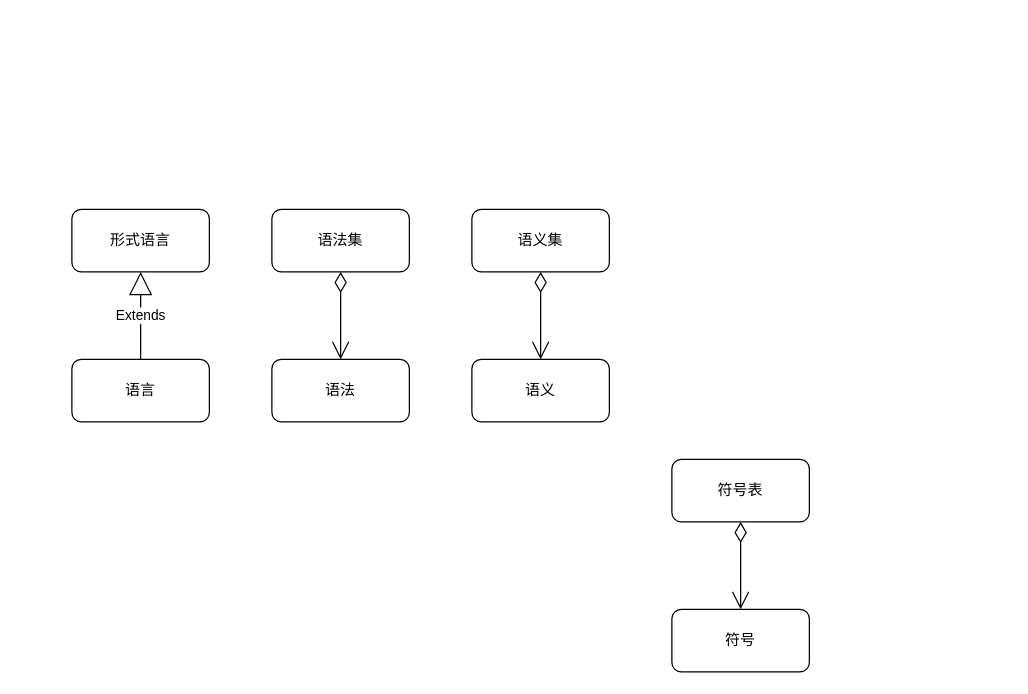
This is page "语言" (2 of 2) of base_model/实体和语言.drawio from cyxm/CodeGenerator, a draw.io file, before an edit. Source tidied: cells renumbered, new cells numbered last; positions are measured from the earlier drawing's top-left corner, leaving out a move shared by most shapes. Both pictures are drawn from the tidied source at 125%, with x=0, y=0 at pixel (71, 209).
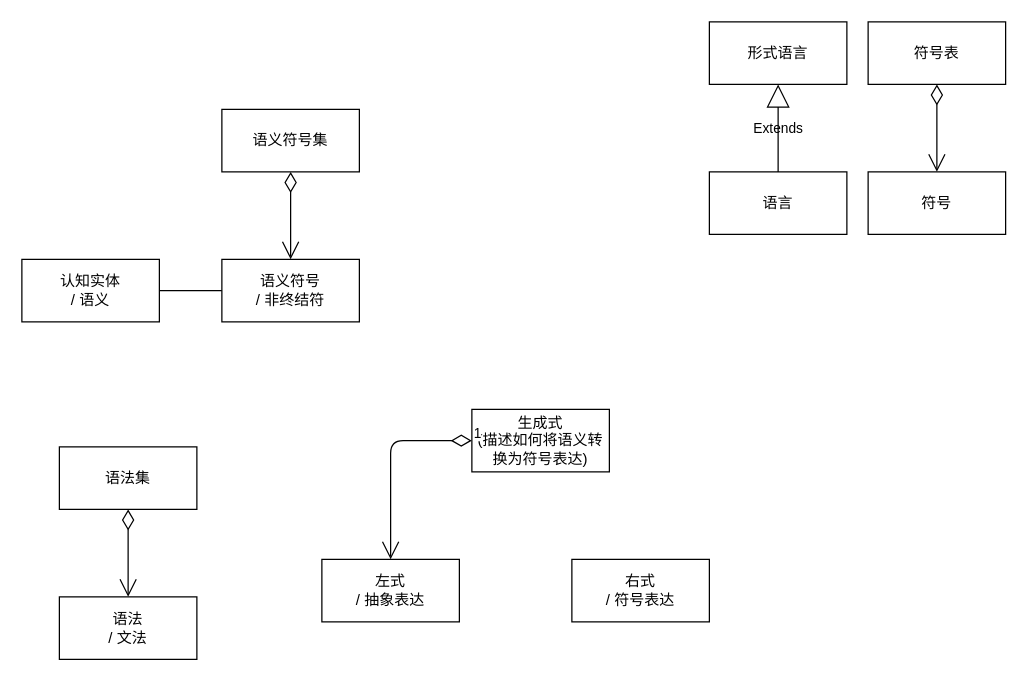
After the change.

What changed in the source:
```diff
@@
-    <mxCell id="2" style="group;" parent="1" vertex="1">
-      <mxGeometry width="110" height="170" as="geometry" />
+    <mxCell id="2" style="group;rounded=0;labelBackgroundColor=none;" parent="1" vertex="1">
+      <mxGeometry x="510" y="-150" width="110" height="170" as="geometry" />
     </mxCell>
-    <mxCell id="3" value="形式语言" style="html=1;whiteSpace=wrap;rounded=1;" parent="2" vertex="1">
+    <mxCell id="3" value="形式语言" style="html=1;whiteSpace=wrap;rounded=0;labelBackgroundColor=none;" parent="2" vertex="1">
       <mxGeometry width="110" height="50" as="geometry" />
     </mxCell>
-    <mxCell id="4" value="语言" style="html=1;whiteSpace=wrap;rounded=1;" parent="2" vertex="1">
+    <mxCell id="4" value="语言" style="html=1;whiteSpace=wrap;rounded=0;labelBackgroundColor=none;" parent="2" vertex="1">
       <mxGeometry y="120" width="110" height="50" as="geometry" />
     </mxCell>
-    <mxCell id="5" value="Extends" style="endArrow=block;endSize=16;endFill=0;html=1;rounded=1;exitX=0.5;exitY=0;exitDx=0;exitDy=0;entryX=0.5;entryY=1;entryDx=0;entryDy=0;" parent="2" edge="1" source="4" target="3">
+    <mxCell id="5" value="Extends" style="endArrow=block;endSize=16;endFill=0;html=1;rounded=0;exitX=0.5;exitY=0;exitDx=0;exitDy=0;entryX=0.5;entryY=1;entryDx=0;entryDy=0;labelBackgroundColor=none;fontColor=default;" parent="2" edge="1" source="4" target="3">
       <mxGeometry relative="1" as="geometry" />
     </mxCell>
-    <mxCell id="6" style="group;" parent="1" vertex="1">
-      <mxGeometry x="160" width="110" height="170" as="geometry" />
+    <mxCell id="6" style="group;rounded=0;labelBackgroundColor=none;" parent="1" vertex="1">
+      <mxGeometry x="-10" y="190" width="110" height="170" as="geometry" />
     </mxCell>
-    <mxCell id="7" value="语法" style="html=1;whiteSpace=wrap;rounded=1;" parent="6" vertex="1">
+    <mxCell id="7" value="&lt;div&gt;语法&lt;/div&gt;&lt;div&gt;/ 文法&lt;/div&gt;" style="html=1;whiteSpace=wrap;rounded=0;labelBackgroundColor=none;" parent="6" vertex="1">
       <mxGeometry y="120" width="110" height="50" as="geometry" />
     </mxCell>
-    <mxCell id="8" value="语法集" style="html=1;whiteSpace=wrap;rounded=1;" parent="6" vertex="1">
+    <mxCell id="8" value="语法集" style="html=1;whiteSpace=wrap;rounded=0;labelBackgroundColor=none;" parent="6" vertex="1">
       <mxGeometry width="110" height="50" as="geometry" />
     </mxCell>
-    <mxCell id="9" style="endArrow=open;html=1;endSize=12;startArrow=diamondThin;startSize=14;startFill=0;edgeStyle=orthogonalEdgeStyle;align=left;verticalAlign=bottom;rounded=1;entryX=0.5;entryY=0;entryDx=0;entryDy=0;exitX=0.5;exitY=1;exitDx=0;exitDy=0;" parent="6" edge="1" source="8" target="7">
+    <mxCell id="9" style="endArrow=open;html=1;endSize=12;startArrow=diamondThin;startSize=14;startFill=0;edgeStyle=orthogonalEdgeStyle;align=left;verticalAlign=bottom;rounded=0;entryX=0.5;entryY=0;entryDx=0;entryDy=0;exitX=0.5;exitY=1;exitDx=0;exitDy=0;labelBackgroundColor=none;fontColor=default;" parent="6" edge="1" source="8" target="7">
       <mxGeometry x="-1" y="3" relative="1" as="geometry" />
     </mxCell>
-    <mxCell id="10" style="group;" parent="1" vertex="1">
-      <mxGeometry x="320" width="110" height="170" as="geometry" />
-    </mxCell>
-    <mxCell id="11" value="语义" style="html=1;whiteSpace=wrap;rounded=1;" parent="10" vertex="1">
-      <mxGeometry y="120" width="110" height="50" as="geometry" />
-    </mxCell>
-    <mxCell id="12" value="语义集" style="html=1;whiteSpace=wrap;rounded=1;" parent="10" vertex="1">
-      <mxGeometry width="110" height="50" as="geometry" />
-    </mxCell>
-    <mxCell id="13" style="endArrow=open;html=1;endSize=12;startArrow=diamondThin;startSize=14;startFill=0;edgeStyle=orthogonalEdgeStyle;align=left;verticalAlign=bottom;rounded=1;exitX=0.5;exitY=1;exitDx=0;exitDy=0;entryX=0.5;entryY=0;entryDx=0;entryDy=0;" parent="10" edge="1" source="12" target="11">
-      <mxGeometry x="-1" y="3" relative="1" as="geometry" />
-    </mxCell>
-    <mxCell id="14" style="group;" parent="1" vertex="1">
-      <mxGeometry x="480" y="200" width="110" height="170" as="geometry" />
+    <mxCell id="14" style="group;rounded=0;labelBackgroundColor=none;" parent="1" vertex="1">
+      <mxGeometry x="637" y="-150" width="110" height="170" as="geometry" />
     </mxCell>
-    <mxCell id="15" value="符号表" style="html=1;whiteSpace=wrap;rounded=1;" parent="14" vertex="1">
+    <mxCell id="15" value="符号表" style="html=1;whiteSpace=wrap;rounded=0;labelBackgroundColor=none;" parent="14" vertex="1">
       <mxGeometry width="110" height="50" as="geometry" />
     </mxCell>
-    <mxCell id="16" value="符号" style="html=1;whiteSpace=wrap;rounded=1;" parent="14" vertex="1">
+    <mxCell id="16" value="符号" style="html=1;whiteSpace=wrap;rounded=0;labelBackgroundColor=none;" parent="14" vertex="1">
       <mxGeometry y="120" width="110" height="50" as="geometry" />
     </mxCell>
-    <mxCell id="17" style="endArrow=open;html=1;endSize=12;startArrow=diamondThin;startSize=14;startFill=0;edgeStyle=orthogonalEdgeStyle;align=left;verticalAlign=bottom;rounded=1;exitX=0.5;exitY=1;exitDx=0;exitDy=0;entryX=0.5;entryY=0;entryDx=0;entryDy=0;" parent="14" edge="1" source="15" target="16">
+    <mxCell id="17" style="endArrow=open;html=1;endSize=12;startArrow=diamondThin;startSize=14;startFill=0;edgeStyle=orthogonalEdgeStyle;align=left;verticalAlign=bottom;rounded=0;exitX=0.5;exitY=1;exitDx=0;exitDy=0;entryX=0.5;entryY=0;entryDx=0;entryDy=0;labelBackgroundColor=none;fontColor=default;" parent="14" edge="1" source="15" target="16">
       <mxGeometry x="-1" y="3" relative="1" as="geometry" />
     </mxCell>
+    <mxCell id="18" style="group;" parent="1" vertex="1">
+      <mxGeometry x="-40" y="-80" width="270" height="170" as="geometry" />
+    </mxCell>
+    <mxCell id="19" value="&lt;div&gt;认知实体&lt;/div&gt;&lt;div&gt;/ 语义&lt;/div&gt;" style="html=1;whiteSpace=wrap;" parent="18" vertex="1">
+      <mxGeometry y="120" width="110" height="50" as="geometry" />
+    </mxCell>
+    <mxCell id="11" value="&lt;div&gt;语义符号&lt;/div&gt;&lt;div&gt;/ 非终结符&lt;/div&gt;" style="html=1;whiteSpace=wrap;rounded=0;labelBackgroundColor=none;" parent="18" vertex="1">
+      <mxGeometry x="160" y="120" width="110" height="50" as="geometry" />
+    </mxCell>
+    <mxCell id="12" value="语义符号集" style="html=1;whiteSpace=wrap;rounded=0;labelBackgroundColor=none;" parent="18" vertex="1">
+      <mxGeometry x="160" width="110" height="50" as="geometry" />
+    </mxCell>
+    <mxCell id="13" style="endArrow=open;html=1;endSize=12;startArrow=diamondThin;startSize=14;startFill=0;edgeStyle=orthogonalEdgeStyle;align=left;verticalAlign=bottom;rounded=0;exitX=0.5;exitY=1;exitDx=0;exitDy=0;entryX=0.5;entryY=0;entryDx=0;entryDy=0;labelBackgroundColor=none;fontColor=default;" parent="18" edge="1" source="12" target="11">
+      <mxGeometry x="-1" y="3" relative="1" as="geometry" />
+    </mxCell>
+    <mxCell id="20" style="endArrow=none;html=1;rounded=0;exitX=1;exitY=0.5;exitDx=0;exitDy=0;entryX=0;entryY=0.5;entryDx=0;entryDy=0;" parent="18" edge="1" source="19" target="11">
+      <mxGeometry relative="1" as="geometry" />
+    </mxCell>
+    <mxCell id="21" value="&lt;div&gt;生成式&lt;/div&gt;&lt;div&gt;(描述如何将语义转换为符号表达)&lt;/div&gt;" style="html=1;whiteSpace=wrap;" parent="1" vertex="1">
+      <mxGeometry x="320" y="160" width="110" height="50" as="geometry" />
+    </mxCell>
+    <mxCell id="22" value="&lt;div&gt;左式&lt;/div&gt;&lt;div&gt;/ 抽象表达&lt;/div&gt;" style="html=1;whiteSpace=wrap;" parent="1" vertex="1">
+      <mxGeometry x="200" y="280" width="110" height="50" as="geometry" />
+    </mxCell>
+    <mxCell id="23" value="&lt;div&gt;右式&lt;/div&gt;&lt;div&gt;/ 符号表达&lt;/div&gt;" style="html=1;whiteSpace=wrap;" parent="1" vertex="1">
+      <mxGeometry x="400" y="280" width="110" height="50" as="geometry" />
+    </mxCell>
+    <mxCell id="24" value="1" style="endArrow=open;html=1;endSize=12;startArrow=diamondThin;startSize=14;startFill=0;edgeStyle=orthogonalEdgeStyle;align=left;verticalAlign=bottom;entryX=0.5;entryY=0;entryDx=0;entryDy=0;exitX=0;exitY=0.5;exitDx=0;exitDy=0;" parent="1" edge="1" source="21" target="22">
+      <mxGeometry x="-1" y="3" relative="1" as="geometry" />
+    </mxCell>
```
